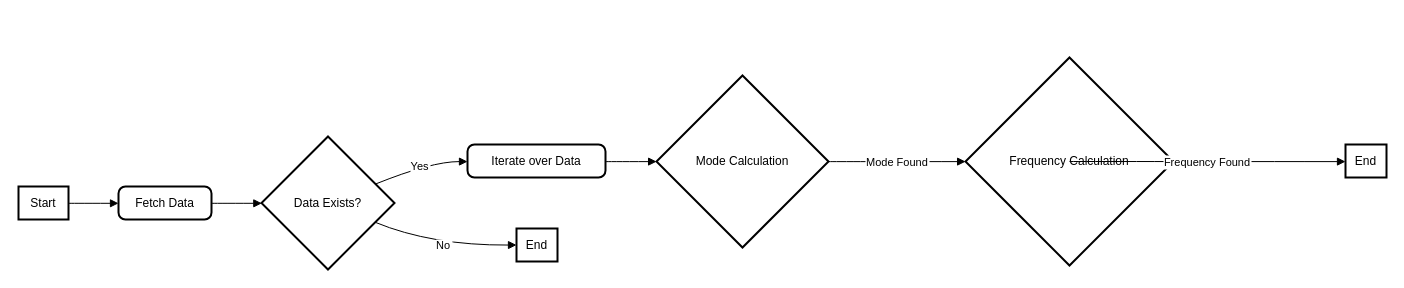
Before: Mode.drawio in Ansumanbhujabal/Blog, a draw.io diagram. Source tidied: cells renumbered, new cells numbered last; positions are measured from the earlier drawing's top-left corner, leaving out a move shared by most shapes. Both pictures are drawn from the tidied source at 100%, with x=0, y=0 at pixel (18, 57).
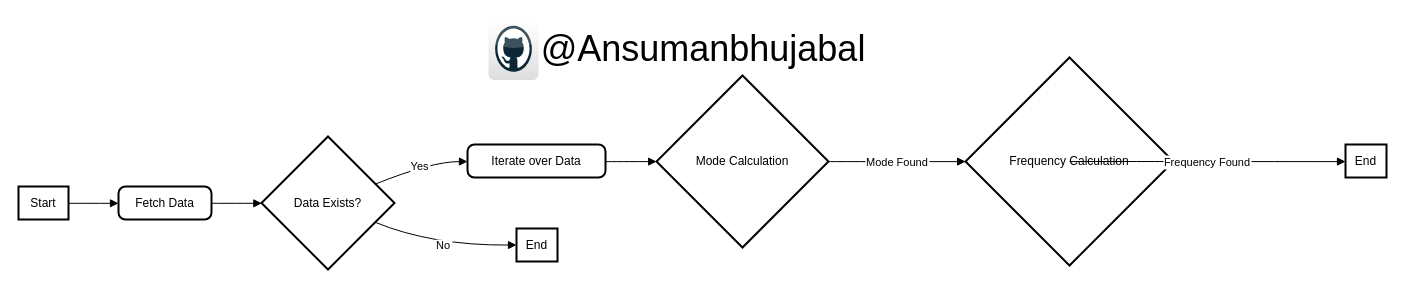
The same page after the edit.

Diff of the diagram source:
```diff
@@
+    <mxCell id="17" style="dashed=0;html=1;align=center;labelPosition=center;verticalLabelPosition=bottom;verticalAlign=top;shape=mxgraph.webicons.github;gradientColor=#DFDEDE;" parent="1" vertex="1">
+      <mxGeometry x="470" y="-40" width="50" height="62.4" as="geometry" />
+    </mxCell>
+    <mxCell id="18" value="&lt;font style=&quot;font-size: 36px;&quot;&gt;@Ansumanbhujabal&lt;/font&gt;" style="text;strokeColor=none;align=center;fillColor=none;html=1;verticalAlign=middle;whiteSpace=wrap;rounded=0;" parent="1" vertex="1">
+      <mxGeometry x="540" y="-28.8" width="290" height="40" as="geometry" />
+    </mxCell>
```
